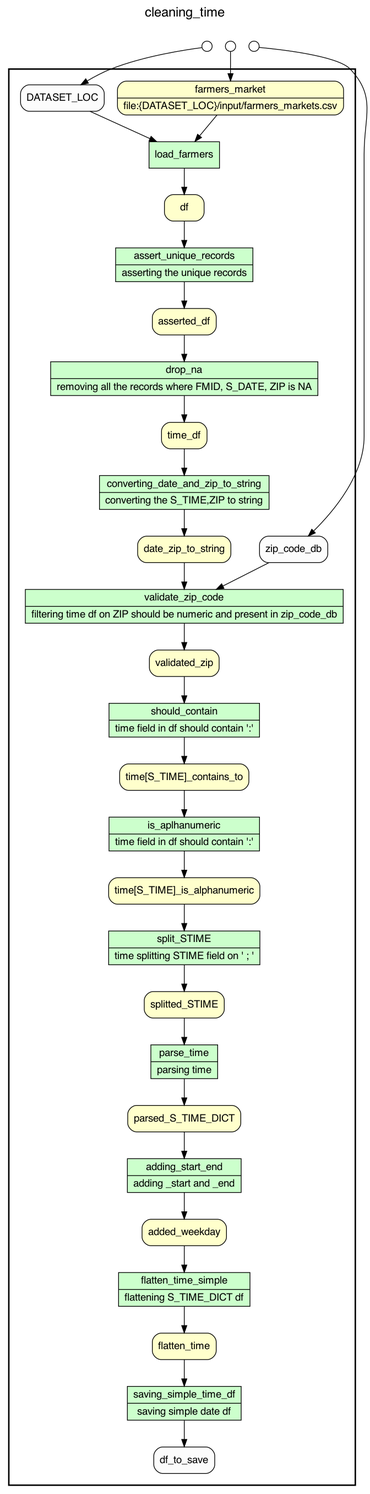
Above: provenance/s_time_cleaning.png in da230896/cs_513_project (Graphviz), before the change. Its source is kept beside it as provenance/s_time_cleaning.gv.
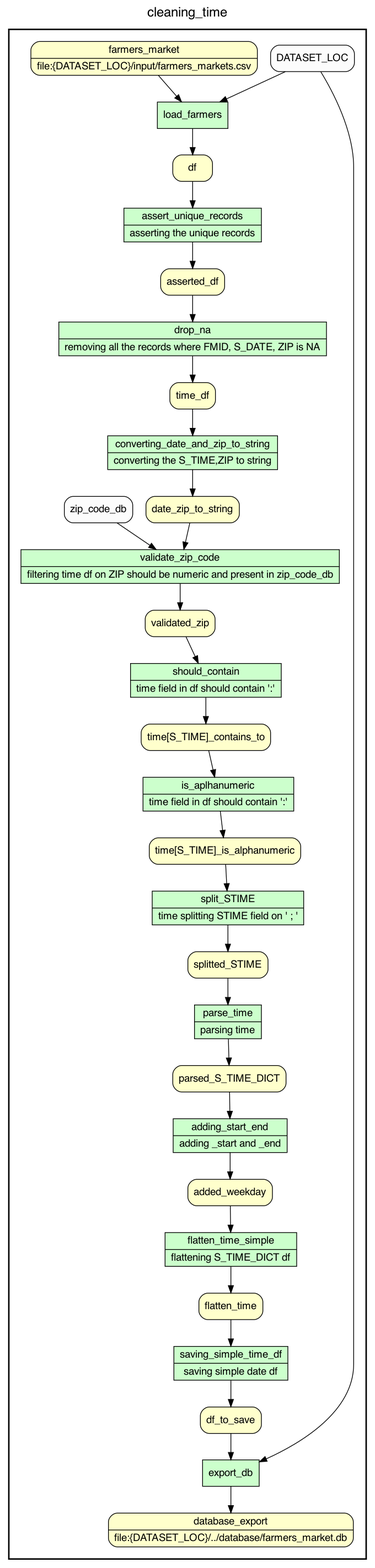
After the change.

What changed in the source:
```diff
@@ -1,10 +1,19 @@
+/* Start of top-level graph */
 digraph Workflow {
 rankdir=TB
+
+/* Title for graph */
 fontname=Helvetica; fontsize=18; labelloc=t
 label=cleaning_time
+
+/* Start of double cluster for drawing box around nodes in workflow */
 subgraph cluster_workflow_box_outer { label=""; color=black; penwidth=2
 subgraph cluster_workflow_box_inner { label=""; penwidth=0
+
+/* Style for nodes representing atomic programs in workflow */
 node[shape=box style=filled fillcolor="#CCFFCC" peripheries=1 fontname=Helvetica]
+
+/* Nodes representing atomic programs in workflow */
 load_farmers
 assert_unique_records [shape=record rankdir=LR label="{<f0> assert_unique_records |<f1> asserting the unique records}"];
 drop_na [shape=record rankdir=LR label="{<f0> drop_na |<f1> removing all the records where FMID, S_DATE, ZIP is NA}"];
@@ -17,7 +26,13 @@
 adding_start_end [shape=record rankdir=LR label="{<f0> adding_start_end |<f1> adding _start and _end}"];
 flatten_time_simple [shape=record rankdir=LR label="{<f0> flatten_time_simple |<f1> flattening S_TIME_DICT df}"];
 saving_simple_time_df [shape=record rankdir=LR label="{<f0> saving_simple_time_df |<f1> saving simple date df}"];
+export_db
+
+/* Style for nodes representing non-parameter data channels in workflow */
 node[shape=box style="rounded,filled" fillcolor="#FFFFCC" peripheries=1 fontname=Helvetica]
+
+/* Nodes for non-parameter data channels in workflow */
+database_export [shape=record rankdir=LR label="{<f0> database_export |<f1> file\:\{DATASET_LOC\}/../database/farmers_market.db}"];
 farmers_market [shape=record rankdir=LR label="{<f0> farmers_market |<f1> file\:\{DATASET_LOC\}/input/farmers_markets.csv}"];
 df
 asserted_df
@@ -30,9 +45,16 @@
 parsed_S_TIME_DICT
 added_weekday
 flatten_time
+df_to_save
+
+/* Style for nodes representing parameter channels in workflow */
 node[shape=box style="rounded,filled" fillcolor="#FCFCFC" peripheries=1 fontname=Helvetica]
+
+/* Nodes representing parameter channels in workflow */
 DATASET_LOC
 zip_code_db
+
+/* Edges representing connections between programs and channels */
 load_farmers -> df
 DATASET_LOC -> load_farmers
 farmers_market -> load_farmers
@@ -59,19 +81,12 @@
 added_weekday -> flatten_time_simple
 saving_simple_time_df -> df_to_save
 flatten_time -> saving_simple_time_df
+export_db -> database_export
+DATASET_LOC -> export_db
+df_to_save -> export_db
+
+/* End of double cluster for drawing box around nodes in workflow */
 }}
-subgraph cluster_input_ports_group_outer { label=""; penwidth=0
-subgraph cluster_input_ports_group_inner { label=""; penwidth=0
-node[shape=circle style="rounded,filled" fillcolor="#FFFFFF" peripheries=1 fontname=Helvetica width=0.2]
-DATASET_LOC_input_port [label=""]
-zip_code_db_input_port [label=""]
-farmers_market_input_port [label=""]
-}}
-subgraph cluster_output_ports_group_outer { label=""; penwidth=0
-subgraph cluster_output_ports_group_inner { label=""; penwidth=0
-node[shape=circle style="rounded,filled" fillcolor="#FFFFFF" peripheries=1 fontname=Helvetica width=0.2]
-}}
-DATASET_LOC_input_port -> DATASET_LOC
-zip_code_db_input_port -> zip_code_db
-farmers_market_input_port -> farmers_market
+
+/* End of top-level graph */
 }
```
